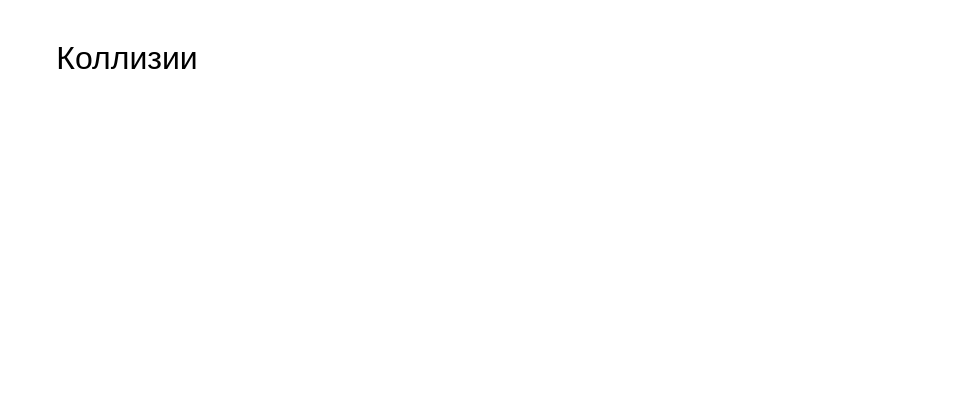
Above: slides/dynhash.drawio in amcp-pit/db_course (draw.io), before the change. Source tidied: cells renumbered, new cells numbered last; positions are measured from the earlier drawing's top-left corner, leaving out a move shared by most shapes. Both pictures are drawn from the tidied source at 100%, with x=0, y=0 at pixel (107, 48).
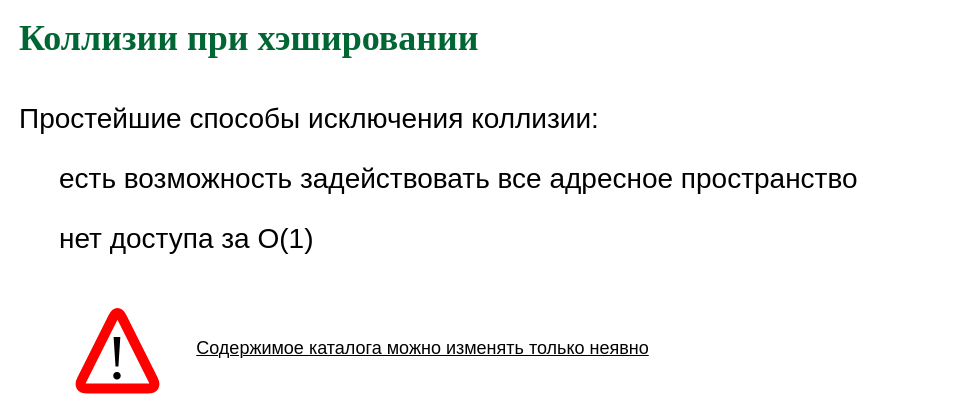
The same diagram, later.

The edit, as a diff of the source:
```diff
@@
 <mxGraphModel>
   <root>
     <mxCell id="0" />
     <mxCell id="1" parent="0" />
-    <mxCell id="2" value="&lt;font style=&quot;font-size: 32px&quot;&gt;Коллизии&lt;/font&gt;" style="text;html=1;strokeColor=none;fillColor=none;align=center;verticalAlign=middle;whiteSpace=wrap;rounded=0;" parent="1" vertex="1">
-      <mxGeometry width="40" height="20" as="geometry" />
-    </mxCell>
+    <mxCell id="3" value="&lt;font color=&quot;#006633&quot; face=&quot;garamond&quot;&gt;&lt;span style=&quot;font-size: 36px&quot;&gt;&lt;b&gt;Коллизии при хэшировании&lt;/b&gt;&lt;/span&gt;&lt;/font&gt;" style="text;html=1;align=left;verticalAlign=middle;whiteSpace=wrap;rounded=0;" parent="1" vertex="1">
+      <mxGeometry x="-90" y="-20" width="920" height="20" as="geometry" />
+    </mxCell>
+    <mxCell id="4" value="&lt;span style=&quot;font-size: 28px&quot;&gt;Простейшие способы исключения коллизии:&lt;/span&gt;" style="text;html=1;align=left;verticalAlign=middle;" parent="1" vertex="1">
+      <mxGeometry x="-90" y="60" width="600" height="20" as="geometry" />
+    </mxCell>
+    <mxCell id="5" value="&lt;span style=&quot;font-size: 28px&quot;&gt;нет доступа за О(1)&amp;nbsp;&lt;/span&gt;" style="text;html=1;align=left;verticalAlign=middle;" parent="1" vertex="1">
+      <mxGeometry x="-50" y="180" width="280" height="20" as="geometry" />
+    </mxCell>
+    <mxCell id="6" value="&lt;span style=&quot;font-size: 18px&quot;&gt;Содержимое каталога можно изменять только неявно&lt;/span&gt;" style="text;html=1;align=center;verticalAlign=middle;fontStyle=4;" parent="1" vertex="1">
+      <mxGeometry x="80" y="290" width="470" height="20" as="geometry" />
+    </mxCell>
+    <mxCell id="7" style="group;" parent="1" vertex="1">
+      <mxGeometry x="-30" y="260" width="80" height="80" as="geometry" />
+    </mxCell>
+    <mxCell id="8" style="endArrow=none;html=1;strokeWidth=10;strokeColor=#FF0000;jumpStyle=arc;" parent="7" edge="1">
+      <mxGeometry relative="1" as="geometry">
+        <mxPoint x="40" y="80" as="sourcePoint" />
+        <mxPoint x="40" y="80" as="targetPoint" />
+        <Array as="points">
+          <mxPoint y="80" />
+          <mxPoint x="40" />
+          <mxPoint x="80" y="80" />
+        </Array>
+      </mxGeometry>
+    </mxCell>
+    <mxCell id="9" value="&lt;font style=&quot;font-size: 63px&quot;&gt;!&lt;/font&gt;" style="text;html=1;strokeColor=none;fillColor=none;align=center;verticalAlign=middle;whiteSpace=wrap;rounded=0;fontFamily=Times New Roman;" parent="7" vertex="1">
+      <mxGeometry x="20" y="40" width="40" height="20" as="geometry" />
+    </mxCell>
+    <mxCell id="10" value="&lt;span style=&quot;font-size: 28px&quot;&gt;есть возможность задействовать все адресное пространство&amp;nbsp;&lt;/span&gt;" style="text;html=1;align=left;verticalAlign=middle;" parent="1" vertex="1">
+      <mxGeometry x="-50" y="120" width="820" height="20" as="geometry" />
+    </mxCell>
   </root>
 </mxGraphModel>
```
